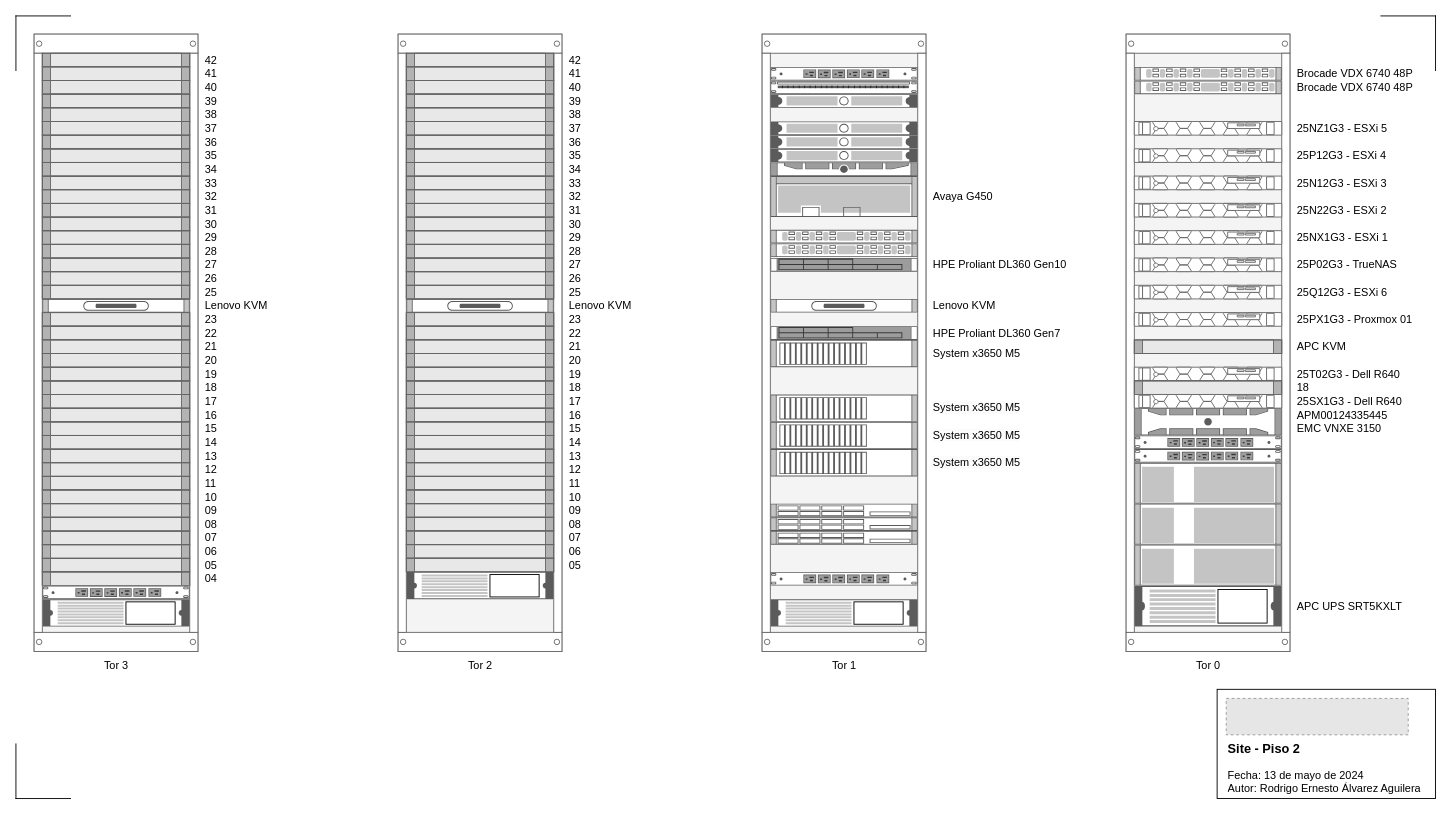
Above: page "Servidores" (1 of 3) of siteCultura.drawio in incognia/Cultura (draw.io), before the change. Source tidied: cells renumbered, new cells numbered last; positions are measured from the earlier drawing's top-left corner, leaving out a move shared by most shapes. Both pictures are drawn from the tidied source at 91%, with x=0, y=0 at pixel (15, 15). Pictures stored in the file or linked from it are replaced by grey dashed boxes.
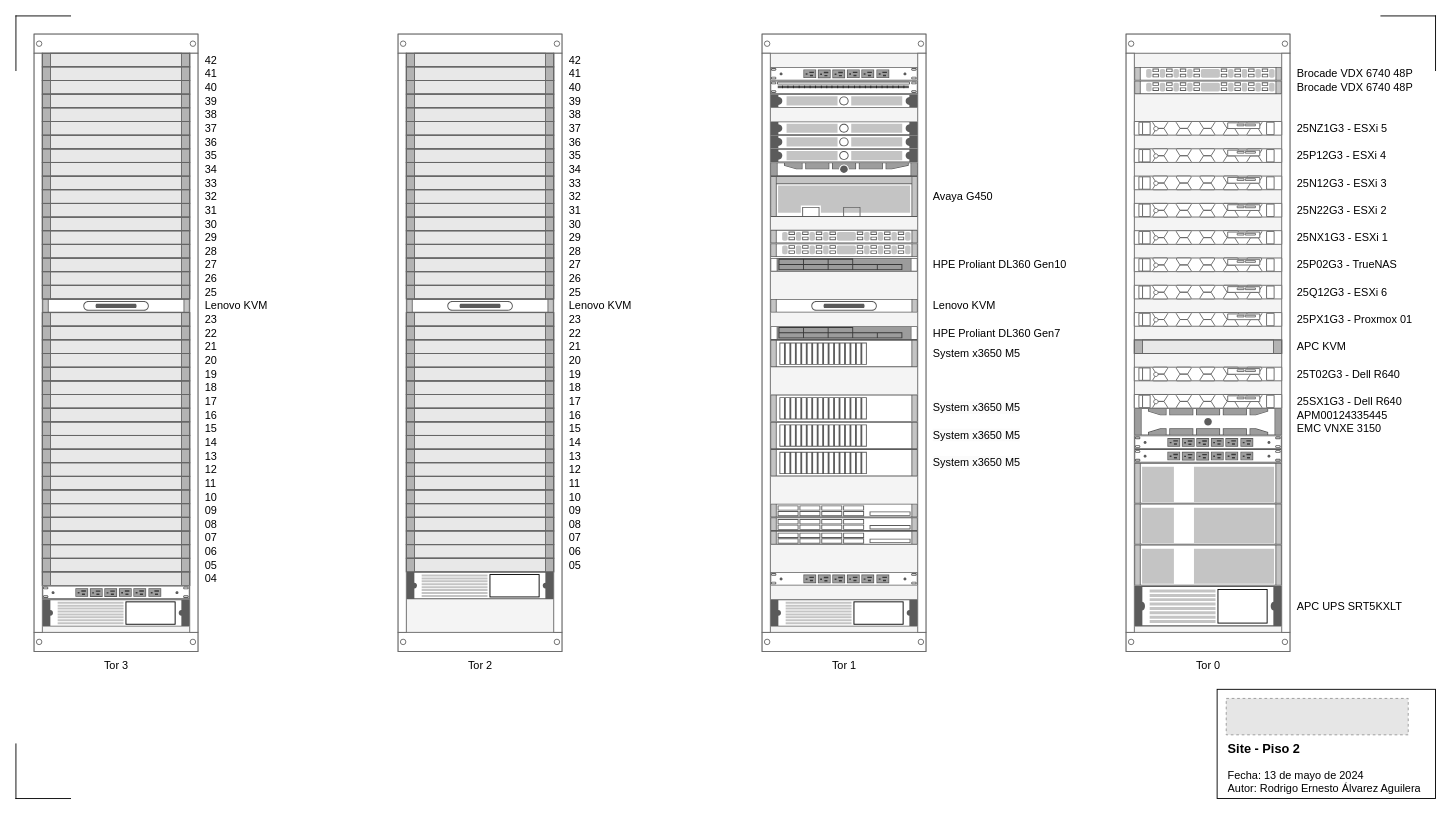
After the change.

Unchanged cells that the change refers to:
```xml
<mxCell id="108" value="Tor 0" style="strokeColor=#666666;html=1;verticalLabelPosition=bottom;labelBackgroundColor=#ffffff;verticalAlign=top;shadow=0;dashed=0;shape=mxgraph.rackGeneral.rackCabinet3;fillColor2=#f4f4f4;allowGaps=1;textColor=#666666;numDisp=off;" parent="1" vertex="1">
  <mxGeometry x="1220" y="20" width="180" height="680" as="geometry" />
</mxCell>
```

Diff of the diagram source:
```diff
@@
-    <mxCell id="120" value="18" style="strokeColor=#666666;html=1;labelPosition=right;align=left;spacingLeft=15;shadow=0;dashed=0;shape=mxgraph.rackGeneral.plate;fillColor=#e8e8e8;" parent="108" vertex="1">
-      <mxGeometry x="9" y="381" width="162" height="15" as="geometry" />
-    </mxCell>
```
